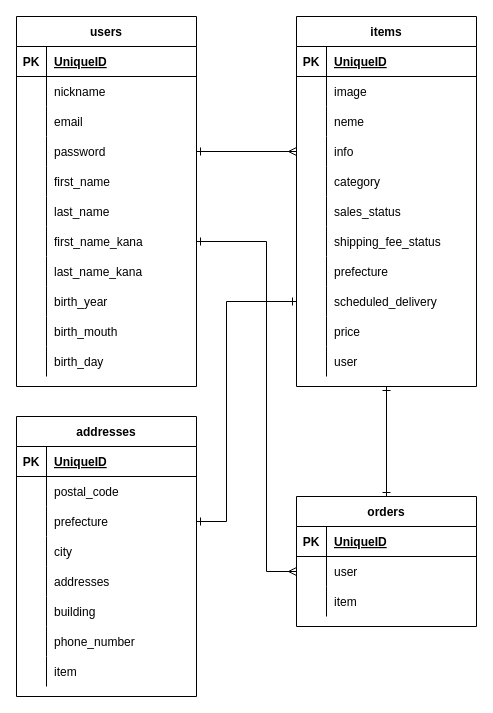
Above: test.dio in feebas7312/furima-33016 (draw.io), before the change. Source tidied: cells renumbered, new cells numbered last; positions are measured from the earlier drawing's top-left corner, leaving out a move shared by most shapes. Both pictures are drawn from the tidied source at 100%, with x=0, y=0 at pixel (16, 16).
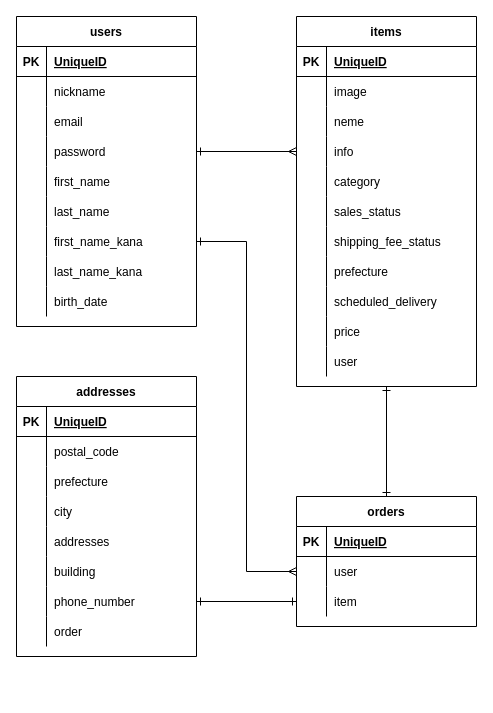
The same page after the edit.

Unchanged cells that the change refers to:
```xml
<mxCell id="28" style="shape=partialRectangle;fillColor=none;top=0;left=0;bottom=0;right=0;points=[[0,0.5],[1,0.5]];portConstraint=eastwest;" parent="3" vertex="1">
  <mxGeometry y="270" width="180" height="30" as="geometry" />
</mxCell>
<mxCell id="56" style="shape=partialRectangle;fillColor=none;top=0;left=0;bottom=0;right=0;points=[[0,0.5],[1,0.5]];portConstraint=eastwest;" parent="37" vertex="1">
  <mxGeometry y="210" width="180" height="30" as="geometry" />
</mxCell>
<mxCell id="62" style="shape=partialRectangle;fillColor=none;top=0;left=0;bottom=0;right=0;" parent="37" vertex="1">
  <mxGeometry y="270" width="180" height="30" as="geometry" />
</mxCell>
<mxCell id="75" style="shape=partialRectangle;fillColor=none;top=0;left=0;bottom=0;right=0;points=[[0,0.5],[1,0.5]];portConstraint=eastwest;" parent="71" vertex="1">
  <mxGeometry y="60" width="180" height="30" as="geometry" />
</mxCell>
<mxCell id="78" style="shape=partialRectangle;fillColor=none;top=0;left=0;bottom=0;right=0;points=[[0,0.5],[1,0.5]];portConstraint=eastwest;" parent="71" vertex="1">
  <mxGeometry y="90" width="180" height="30" as="geometry" />
</mxCell>
<mxCell id="88" style="shape=partialRectangle;fillColor=none;top=0;left=0;bottom=0;right=0;points=[[0,0.5],[1,0.5]];portConstraint=eastwest;" parent="81" vertex="1">
  <mxGeometry y="90" width="180" height="30" as="geometry" />
</mxCell>
<mxCell id="100" style="shape=partialRectangle;fillColor=none;top=0;left=0;bottom=0;right=0;points=[[0,0.5],[1,0.5]];portConstraint=eastwest;" parent="81" vertex="1">
  <mxGeometry y="210" width="180" height="30" as="geometry" />
</mxCell>
<mxCell id="103" style="shape=partialRectangle;fillColor=none;top=0;left=0;bottom=0;right=0;" parent="81" vertex="1">
  <mxGeometry y="240" width="180" height="30" as="geometry" />
</mxCell>
```

What changed in the source:
```diff
@@
     <mxCell id="37" value="users" style="shape=table;startSize=30;childLayout=tableLayout;rowLines=0;fontStyle=1;align=center;" parent="1" vertex="1">
-      <mxGeometry width="180" height="370" as="geometry" />
+      <mxGeometry width="180" height="310" as="geometry" />
     </mxCell>
@@
-    <mxCell id="64" value="birth_year" style="shape=partialRectangle;fillColor=none;top=0;left=0;bottom=0;right=0;align=left;spacingLeft=6;overflow=hidden;" parent="62" vertex="1">
+    <mxCell id="64" value="birth_date" style="shape=partialRectangle;fillColor=none;top=0;left=0;bottom=0;right=0;align=left;spacingLeft=6;overflow=hidden;" parent="62" vertex="1">
       <mxGeometry x="30" width="150" height="30" as="geometry" />
     </mxCell>
-    <mxCell id="65" style="shape=partialRectangle;fillColor=none;top=0;left=0;bottom=0;right=0;" parent="37" vertex="1">
-      <mxGeometry y="300" width="180" height="30" as="geometry" />
-    </mxCell>
-    <mxCell id="66" style="shape=partialRectangle;fillColor=none;top=0;left=0;bottom=0;right=0;overflow=hidden;" parent="65" vertex="1">
-      <mxGeometry width="30" height="30" as="geometry" />
-    </mxCell>
-    <mxCell id="67" value="birth_mouth" style="shape=partialRectangle;fillColor=none;top=0;left=0;bottom=0;right=0;align=left;spacingLeft=6;overflow=hidden;" parent="65" vertex="1">
-      <mxGeometry x="30" width="150" height="30" as="geometry" />
-    </mxCell>
-    <mxCell id="68" style="shape=partialRectangle;fillColor=none;top=0;left=0;bottom=0;right=0;" parent="37" vertex="1">
-      <mxGeometry y="330" width="180" height="30" as="geometry" />
-    </mxCell>
-    <mxCell id="69" style="shape=partialRectangle;fillColor=none;top=0;left=0;bottom=0;right=0;overflow=hidden;" parent="68" vertex="1">
-      <mxGeometry width="30" height="30" as="geometry" />
-    </mxCell>
-    <mxCell id="70" value="birth_day" style="shape=partialRectangle;fillColor=none;top=0;left=0;bottom=0;right=0;align=left;spacingLeft=6;overflow=hidden;" parent="68" vertex="1">
-      <mxGeometry x="30" width="150" height="30" as="geometry" />
-    </mxCell>
@@
     <mxCell id="81" value="addresses" style="shape=table;startSize=30;childLayout=tableLayout;rowLines=0;fontStyle=1;align=center;" parent="1" vertex="1">
-      <mxGeometry y="400" width="180" height="280" as="geometry" />
+      <mxGeometry y="360" width="180" height="280" as="geometry" />
     </mxCell>
@@
-    <mxCell id="105" value="item" style="shape=partialRectangle;fillColor=none;top=0;left=0;bottom=0;right=0;align=left;spacingLeft=6;overflow=hidden;" parent="103" vertex="1">
+    <mxCell id="105" value="order" style="shape=partialRectangle;fillColor=none;top=0;left=0;bottom=0;right=0;align=left;spacingLeft=6;overflow=hidden;" parent="103" vertex="1">
       <mxGeometry x="30" width="150" height="30" as="geometry" />
     </mxCell>
@@
-    <mxCell id="107" style="edgeStyle=orthogonalEdgeStyle;rounded=0;jumpSize=15;jettySize=auto;html=1;exitX=1;exitY=0.5;exitDx=0;exitDy=0;entryX=0;entryY=0.5;entryDx=0;entryDy=0;startArrow=ERone;startFill=0;endArrow=ERone;endFill=0;" parent="1" edge="1" source="88" target="28">
-      <mxGeometry relative="1" as="geometry">
-        <Array as="points">
-          <mxPoint x="210" y="505" />
-          <mxPoint x="210" y="285" />
-        </Array>
-      </mxGeometry>
-    </mxCell>
     <mxCell id="108" style="edgeStyle=orthogonalEdgeStyle;rounded=0;jumpSize=15;jettySize=auto;html=1;exitX=1;exitY=0.5;exitDx=0;exitDy=0;entryX=0;entryY=0.5;entryDx=0;entryDy=0;startArrow=ERone;startFill=0;endArrow=ERmany;endFill=0;" parent="1" edge="1" source="56" target="75">
       <mxGeometry relative="1" as="geometry">
         <Array as="points">
-          <mxPoint x="250" y="225" />
-          <mxPoint x="250" y="555" />
+          <mxPoint x="230" y="225" />
+          <mxPoint x="230" y="555" />
         </Array>
       </mxGeometry>
     </mxCell>
+    <mxCell id="109" style="edgeStyle=orthogonalEdgeStyle;rounded=0;jettySize=auto;html=1;exitX=1;exitY=0.5;exitDx=0;exitDy=0;entryX=0;entryY=0.5;entryDx=0;entryDy=0;startArrow=ERone;startFill=0;endArrow=ERone;endFill=0;" parent="1" edge="1" source="100" target="78">
+      <mxGeometry relative="1" as="geometry" />
+    </mxCell>
```
